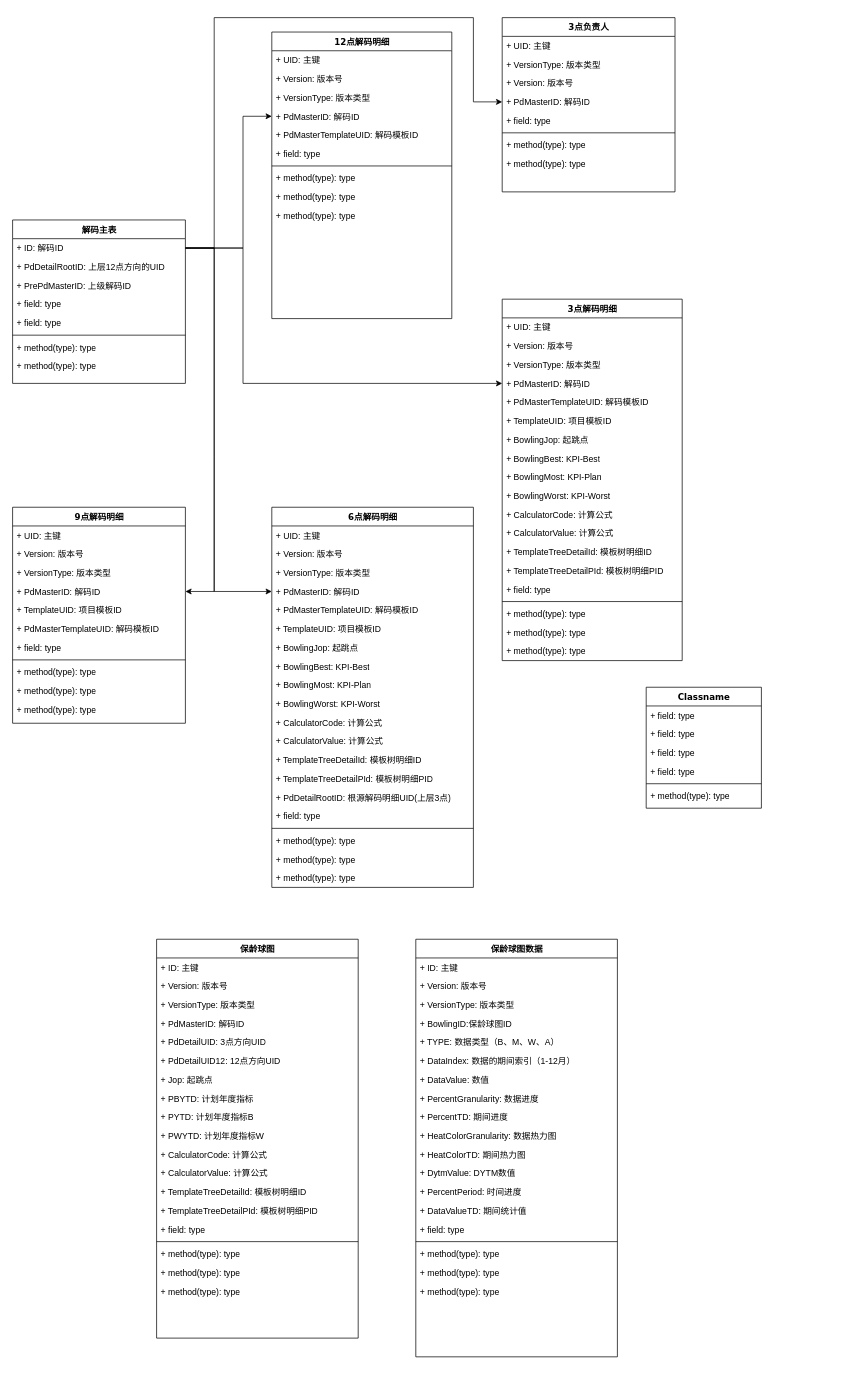
Before: 未命名绘图.drawio in yunhaicaomei/drawio, a draw.io diagram. Source tidied: cells renumbered, new cells numbered last; positions are measured from the earlier drawing's top-left corner, leaving out a move shared by most shapes. Both pictures are drawn from the tidied source at 72%, with x=0, y=0 at pixel (12, 17).
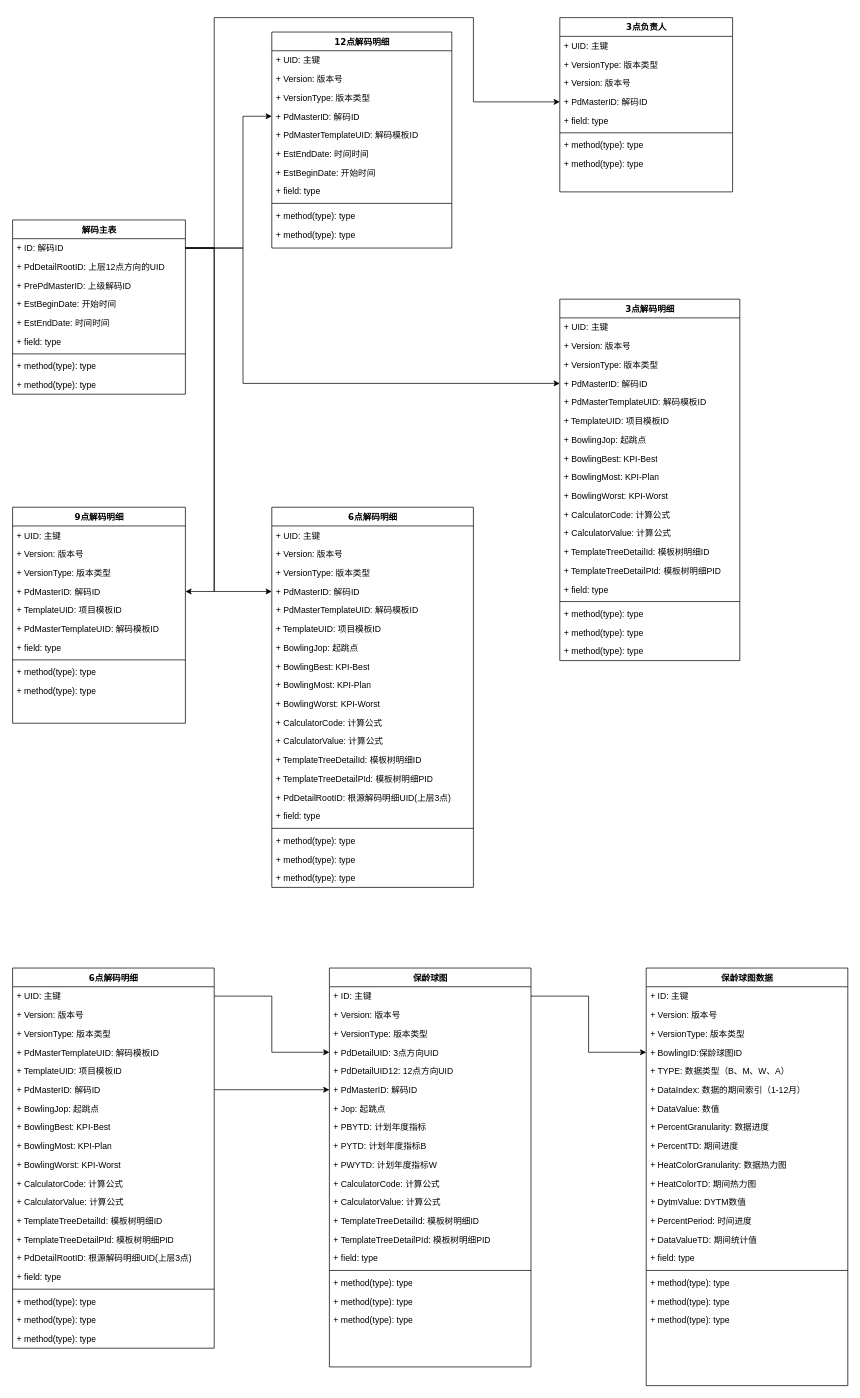
The same page after the edit.

Commit message (it also covers changes not shown here):
更新未命名绘图.drawio

Unchanged cells that the change refers to:
```xml
<mxCell id="22" value="9点解码明细" style="swimlane;html=1;fontStyle=1;align=center;verticalAlign=top;horizontal=1;startSize=26;swimlaneFillColor=#ffffff;rounded=0;shadow=0;comic=0;labelBackgroundColor=none;strokeWidth=1;fillColor=none;fontFamily=Verdana;fontSize=12;" parent="1" vertex="1">
  <mxGeometry y="680" width="240" height="300" as="geometry" />
</mxCell>
<mxCell id="98" value="+ ID: 主键" style="text;html=1;strokeColor=none;fillColor=none;align=left;verticalAlign=top;spacingLeft=4;spacingRight=4;whiteSpace=wrap;overflow=hidden;points=[[0,0.5],[1,0.5]];portConstraint=eastwest;" parent="97" vertex="1">
  <mxGeometry y="26" width="280" height="26" as="geometry" />
</mxCell>
<mxCell id="121" value="+ BowlingID:保龄球图ID" style="text;html=1;strokeColor=none;fillColor=none;align=left;verticalAlign=top;spacingLeft=4;spacingRight=4;whiteSpace=wrap;overflow=hidden;points=[[0,0.5],[1,0.5]];portConstraint=eastwest;" parent="117" vertex="1">
  <mxGeometry y="104" width="280" height="26" as="geometry" />
</mxCell>
```

Change to the diagram source:
```diff
@@
     <mxCell id="2" value="解码主表" style="swimlane;html=1;fontStyle=1;align=center;verticalAlign=top;horizontal=1;startSize=26;swimlaneFillColor=#ffffff;rounded=0;shadow=0;comic=0;labelBackgroundColor=none;strokeWidth=1;fillColor=none;fontFamily=Verdana;fontSize=12;" parent="1" vertex="1">
-      <mxGeometry y="281" width="240" height="227" as="geometry" />
+      <mxGeometry y="281" width="240" height="242" as="geometry" />
     </mxCell>
@@
-    <mxCell id="6" value="+ field: type" style="text;html=1;strokeColor=none;fillColor=none;align=left;verticalAlign=top;spacingLeft=4;spacingRight=4;whiteSpace=wrap;overflow=hidden;" parent="2" vertex="1">
+    <mxCell id="6" value="+ EstBeginDate: 开始时间" style="text;html=1;strokeColor=none;fillColor=none;align=left;verticalAlign=top;spacingLeft=4;spacingRight=4;whiteSpace=wrap;overflow=hidden;" parent="2" vertex="1">
       <mxGeometry y="104" width="240" height="26" as="geometry" />
     </mxCell>
+    <mxCell id="137" value="+ EstEndDate: 时间时间" style="text;html=1;strokeColor=none;fillColor=none;align=left;verticalAlign=top;spacingLeft=4;spacingRight=4;whiteSpace=wrap;overflow=hidden;" parent="2" vertex="1">
+      <mxGeometry y="130" width="240" height="26" as="geometry" />
+    </mxCell>
     <mxCell id="7" value="+ field: type" style="text;html=1;strokeColor=none;fillColor=none;align=left;verticalAlign=top;spacingLeft=4;spacingRight=4;whiteSpace=wrap;overflow=hidden;" parent="2" vertex="1">
-      <mxGeometry y="130" width="240" height="26" as="geometry" />
+      <mxGeometry y="156" width="240" height="26" as="geometry" />
     </mxCell>
     <mxCell id="8" style="line;html=1;strokeWidth=1;fillColor=none;align=left;verticalAlign=middle;spacingTop=-1;spacingLeft=3;spacingRight=3;labelPosition=right;" parent="2" vertex="1">
-      <mxGeometry y="156" width="240" height="8" as="geometry" />
+      <mxGeometry y="182" width="240" height="8" as="geometry" />
     </mxCell>
     <mxCell id="9" value="+ method(type): type" style="text;html=1;strokeColor=none;fillColor=none;align=left;verticalAlign=top;spacingLeft=4;spacingRight=4;whiteSpace=wrap;overflow=hidden;" parent="2" vertex="1">
-      <mxGeometry y="164" width="240" height="26" as="geometry" />
+      <mxGeometry y="190" width="240" height="26" as="geometry" />
     </mxCell>
     <mxCell id="10" value="+ method(type): type" style="text;html=1;strokeColor=none;fillColor=none;align=left;verticalAlign=top;spacingLeft=4;spacingRight=4;whiteSpace=wrap;overflow=hidden;" parent="2" vertex="1">
-      <mxGeometry y="190" width="240" height="26" as="geometry" />
+      <mxGeometry y="216" width="240" height="26" as="geometry" />
     </mxCell>
     <mxCell id="11" value="12点解码明细" style="swimlane;html=1;fontStyle=1;align=center;verticalAlign=top;horizontal=1;startSize=26;swimlaneFillColor=#ffffff;rounded=0;shadow=0;comic=0;labelBackgroundColor=none;strokeWidth=1;fillColor=none;fontFamily=Verdana;fontSize=12;" parent="1" vertex="1">
-      <mxGeometry x="360" y="20" width="250" height="398" as="geometry" />
+      <mxGeometry x="360" y="20" width="250" height="300" as="geometry" />
     </mxCell>
@@
+    <mxCell id="138" value="+ EstEndDate: 时间时间" style="text;html=1;strokeColor=none;fillColor=none;align=left;verticalAlign=top;spacingLeft=4;spacingRight=4;whiteSpace=wrap;overflow=hidden;" parent="11" vertex="1">
+      <mxGeometry y="156" width="250" height="26" as="geometry" />
+    </mxCell>
+    <mxCell id="139" value="+ EstBeginDate: 开始时间" style="text;html=1;strokeColor=none;fillColor=none;align=left;verticalAlign=top;spacingLeft=4;spacingRight=4;whiteSpace=wrap;overflow=hidden;" parent="11" vertex="1">
+      <mxGeometry y="182" width="250" height="26" as="geometry" />
+    </mxCell>
     <mxCell id="17" value="+ field: type" style="text;html=1;strokeColor=none;fillColor=none;align=left;verticalAlign=top;spacingLeft=4;spacingRight=4;whiteSpace=wrap;overflow=hidden;" parent="11" vertex="1">
-      <mxGeometry y="156" width="250" height="26" as="geometry" />
+      <mxGeometry y="208" width="250" height="26" as="geometry" />
     </mxCell>
     <mxCell id="18" style="line;html=1;strokeWidth=1;fillColor=none;align=left;verticalAlign=middle;spacingTop=-1;spacingLeft=3;spacingRight=3;labelPosition=right;" parent="11" vertex="1">
-      <mxGeometry y="182" width="250" height="8" as="geometry" />
+      <mxGeometry y="234" width="250" height="8" as="geometry" />
     </mxCell>
     <mxCell id="19" value="+ method(type): type" style="text;html=1;strokeColor=none;fillColor=none;align=left;verticalAlign=top;spacingLeft=4;spacingRight=4;whiteSpace=wrap;overflow=hidden;" parent="11" vertex="1">
-      <mxGeometry y="190" width="250" height="26" as="geometry" />
+      <mxGeometry y="242" width="250" height="26" as="geometry" />
     </mxCell>
     <mxCell id="20" value="+ method(type): type" style="text;html=1;strokeColor=none;fillColor=none;align=left;verticalAlign=top;spacingLeft=4;spacingRight=4;whiteSpace=wrap;overflow=hidden;" parent="11" vertex="1">
-      <mxGeometry y="216" width="250" height="26" as="geometry" />
+      <mxGeometry y="268" width="250" height="26" as="geometry" />
     </mxCell>
-    <mxCell id="21" value="+ method(type): type" style="text;html=1;strokeColor=none;fillColor=none;align=left;verticalAlign=top;spacingLeft=4;spacingRight=4;whiteSpace=wrap;overflow=hidden;" parent="11" vertex="1">
-      <mxGeometry y="242" width="250" height="26" as="geometry" />
-    </mxCell>
@@
-    <mxCell id="32" value="+ method(type): type" style="text;html=1;strokeColor=none;fillColor=none;align=left;verticalAlign=top;spacingLeft=4;spacingRight=4;whiteSpace=wrap;overflow=hidden;" parent="22" vertex="1">
-      <mxGeometry y="242" width="240" height="26" as="geometry" />
-    </mxCell>
     <mxCell id="33" value="+ method(type): type" style="text;html=1;strokeColor=none;fillColor=none;align=left;verticalAlign=top;spacingLeft=4;spacingRight=4;whiteSpace=wrap;overflow=hidden;" parent="22" vertex="1">
-      <mxGeometry y="268" width="240" height="26" as="geometry" />
+      <mxGeometry y="242" width="240" height="26" as="geometry" />
     </mxCell>
@@
-    <mxCell id="35" value="Classname" style="swimlane;html=1;fontStyle=1;align=center;verticalAlign=top;horizontal=1;startSize=26;swimlaneFillColor=#ffffff;rounded=0;shadow=0;comic=0;labelBackgroundColor=none;strokeWidth=1;fillColor=none;fontFamily=Verdana;fontSize=12;" parent="1" vertex="1">
-      <mxGeometry x="880" y="930" width="160" height="168" as="geometry" />
-    </mxCell>
-    <mxCell id="36" value="+ field: type" style="text;html=1;strokeColor=none;fillColor=none;align=left;verticalAlign=top;spacingLeft=4;spacingRight=4;whiteSpace=wrap;overflow=hidden;" parent="35" vertex="1">
-      <mxGeometry y="26" width="160" height="26" as="geometry" />
-    </mxCell>
-    <mxCell id="37" value="+ field: type" style="text;html=1;strokeColor=none;fillColor=none;align=left;verticalAlign=top;spacingLeft=4;spacingRight=4;whiteSpace=wrap;overflow=hidden;" parent="35" vertex="1">
-      <mxGeometry y="52" width="160" height="26" as="geometry" />
-    </mxCell>
-    <mxCell id="38" value="+ field: type" style="text;html=1;strokeColor=none;fillColor=none;align=left;verticalAlign=top;spacingLeft=4;spacingRight=4;whiteSpace=wrap;overflow=hidden;" parent="35" vertex="1">
-      <mxGeometry y="78" width="160" height="26" as="geometry" />
-    </mxCell>
-    <mxCell id="39" value="+ field: type" style="text;html=1;strokeColor=none;fillColor=none;align=left;verticalAlign=top;spacingLeft=4;spacingRight=4;whiteSpace=wrap;overflow=hidden;" parent="35" vertex="1">
-      <mxGeometry y="104" width="160" height="26" as="geometry" />
-    </mxCell>
-    <mxCell id="40" style="line;html=1;strokeWidth=1;fillColor=none;align=left;verticalAlign=middle;spacingTop=-1;spacingLeft=3;spacingRight=3;labelPosition=right;" parent="35" vertex="1">
-      <mxGeometry y="130" width="160" height="8" as="geometry" />
-    </mxCell>
-    <mxCell id="41" value="+ method(type): type" style="text;html=1;strokeColor=none;fillColor=none;align=left;verticalAlign=top;spacingLeft=4;spacingRight=4;whiteSpace=wrap;overflow=hidden;" parent="35" vertex="1">
-      <mxGeometry y="138" width="160" height="26" as="geometry" />
-    </mxCell>
     <mxCell id="42" value="3点负责人" style="swimlane;html=1;fontStyle=1;align=center;verticalAlign=top;horizontal=1;startSize=26;swimlaneFillColor=#ffffff;rounded=0;shadow=0;comic=0;labelBackgroundColor=none;strokeWidth=1;fillColor=none;fontFamily=Verdana;fontSize=12;" parent="1" vertex="1">
-      <mxGeometry x="680" width="240" height="242" as="geometry" />
+      <mxGeometry x="760" width="240" height="242" as="geometry" />
     </mxCell>
@@
     <mxCell id="51" value="3点解码明细" style="swimlane;html=1;fontStyle=1;align=center;verticalAlign=top;horizontal=1;startSize=26;swimlaneFillColor=#ffffff;rounded=0;shadow=0;comic=0;labelBackgroundColor=none;strokeWidth=1;fillColor=none;fontFamily=Verdana;fontSize=12;" parent="1" vertex="1">
-      <mxGeometry x="680" y="391" width="250" height="502" as="geometry" />
+      <mxGeometry x="760" y="391" width="250" height="502" as="geometry" />
     </mxCell>
@@
     <mxCell id="97" value="保龄球图" style="swimlane;html=1;fontStyle=1;align=center;verticalAlign=top;horizontal=1;startSize=26;swimlaneFillColor=#ffffff;rounded=0;shadow=0;comic=0;labelBackgroundColor=none;strokeWidth=1;fillColor=none;fontFamily=Verdana;fontSize=12;" parent="1" vertex="1">
-      <mxGeometry x="200" y="1280" width="280" height="554" as="geometry" />
+      <mxGeometry x="440" y="1320" width="280" height="554" as="geometry" />
     </mxCell>
@@
-    <mxCell id="101" value="+ PdMasterID: 解码ID" style="text;html=1;strokeColor=none;fillColor=none;align=left;verticalAlign=top;spacingLeft=4;spacingRight=4;whiteSpace=wrap;overflow=hidden;points=[[0,0.5],[1,0.5]];portConstraint=eastwest;" parent="97" vertex="1">
-      <mxGeometry y="104" width="280" height="26" as="geometry" />
-    </mxCell>
     <mxCell id="102" value="+ PdDetailUID: 3点方向UID" style="text;html=1;strokeColor=none;fillColor=none;align=left;verticalAlign=top;spacingLeft=4;spacingRight=4;whiteSpace=wrap;overflow=hidden;points=[[0,0.5],[1,0.5]];portConstraint=eastwest;" parent="97" vertex="1">
-      <mxGeometry y="130" width="280" height="26" as="geometry" />
+      <mxGeometry y="104" width="280" height="26" as="geometry" />
     </mxCell>
     <mxCell id="103" value="+ PdDetailUID12: 12点方向UID" style="text;html=1;strokeColor=none;fillColor=none;align=left;verticalAlign=top;spacingLeft=4;spacingRight=4;whiteSpace=wrap;overflow=hidden;" parent="97" vertex="1">
-      <mxGeometry y="156" width="280" height="26" as="geometry" />
+      <mxGeometry y="130" width="280" height="26" as="geometry" />
     </mxCell>
+    <mxCell id="101" value="+ PdMasterID: 解码ID" style="text;html=1;strokeColor=none;fillColor=none;align=left;verticalAlign=top;spacingLeft=4;spacingRight=4;whiteSpace=wrap;overflow=hidden;points=[[0,0.5],[1,0.5]];portConstraint=eastwest;" parent="97" vertex="1">
+      <mxGeometry y="156" width="280" height="26" as="geometry" />
+    </mxCell>
@@
     <mxCell id="117" value="保龄球图数据" style="swimlane;html=1;fontStyle=1;align=center;verticalAlign=top;horizontal=1;startSize=26;swimlaneFillColor=#ffffff;rounded=0;shadow=0;comic=0;labelBackgroundColor=none;strokeWidth=1;fillColor=none;fontFamily=Verdana;fontSize=12;" parent="1" vertex="1">
-      <mxGeometry x="560" y="1280" width="280" height="580" as="geometry" />
+      <mxGeometry x="880" y="1320" width="280" height="580" as="geometry" />
     </mxCell>
@@
+    <mxCell id="140" value="6点解码明细" style="swimlane;html=1;fontStyle=1;align=center;verticalAlign=top;horizontal=1;startSize=26;swimlaneFillColor=#ffffff;rounded=0;shadow=0;comic=0;labelBackgroundColor=none;strokeWidth=1;fillColor=none;fontFamily=Verdana;fontSize=12;" parent="1" vertex="1">
+      <mxGeometry y="1320" width="280" height="528" as="geometry" />
+    </mxCell>
+    <mxCell id="141" value="+ UID: 主键" style="text;html=1;strokeColor=none;fillColor=none;align=left;verticalAlign=top;spacingLeft=4;spacingRight=4;whiteSpace=wrap;overflow=hidden;points=[[0,0.5],[1,0.5]];portConstraint=eastwest;" parent="140" vertex="1">
+      <mxGeometry y="26" width="280" height="26" as="geometry" />
+    </mxCell>
+    <mxCell id="142" value="+ Version: 版本号" style="text;html=1;strokeColor=none;fillColor=none;align=left;verticalAlign=top;spacingLeft=4;spacingRight=4;whiteSpace=wrap;overflow=hidden;" parent="140" vertex="1">
+      <mxGeometry y="52" width="280" height="26" as="geometry" />
+    </mxCell>
+    <mxCell id="143" value="+ VersionType: 版本类型" style="text;html=1;strokeColor=none;fillColor=none;align=left;verticalAlign=top;spacingLeft=4;spacingRight=4;whiteSpace=wrap;overflow=hidden;" parent="140" vertex="1">
+      <mxGeometry y="78" width="280" height="26" as="geometry" />
+    </mxCell>
+    <mxCell id="144" value="+ PdMasterTemplateUID: 解码模板ID" style="text;html=1;strokeColor=none;fillColor=none;align=left;verticalAlign=top;spacingLeft=4;spacingRight=4;whiteSpace=wrap;overflow=hidden;" parent="140" vertex="1">
+      <mxGeometry y="104" width="280" height="26" as="geometry" />
+    </mxCell>
+    <mxCell id="145" value="+ TemplateUID: 项目模板ID" style="text;html=1;strokeColor=none;fillColor=none;align=left;verticalAlign=top;spacingLeft=4;spacingRight=4;whiteSpace=wrap;overflow=hidden;" parent="140" vertex="1">
+      <mxGeometry y="130" width="280" height="26" as="geometry" />
+    </mxCell>
+    <mxCell id="146" value="+ PdMasterID: 解码ID" style="text;html=1;strokeColor=none;fillColor=none;align=left;verticalAlign=top;spacingLeft=4;spacingRight=4;whiteSpace=wrap;overflow=hidden;points=[[0,0.5],[1,0.5]];portConstraint=eastwest;" parent="140" vertex="1">
+      <mxGeometry y="156" width="280" height="26" as="geometry" />
+    </mxCell>
+    <mxCell id="147" value="+ BowlingJop: 起跳点" style="text;html=1;strokeColor=none;fillColor=none;align=left;verticalAlign=top;spacingLeft=4;spacingRight=4;whiteSpace=wrap;overflow=hidden;" parent="140" vertex="1">
+      <mxGeometry y="182" width="280" height="26" as="geometry" />
+    </mxCell>
+    <mxCell id="148" value="+ BowlingBest: KPI-Best" style="text;html=1;strokeColor=none;fillColor=none;align=left;verticalAlign=top;spacingLeft=4;spacingRight=4;whiteSpace=wrap;overflow=hidden;" parent="140" vertex="1">
+      <mxGeometry y="208" width="280" height="26" as="geometry" />
+    </mxCell>
+    <mxCell id="149" value="+ BowlingMost: KPI-Plan" style="text;html=1;strokeColor=none;fillColor=none;align=left;verticalAlign=top;spacingLeft=4;spacingRight=4;whiteSpace=wrap;overflow=hidden;" parent="140" vertex="1">
+      <mxGeometry y="234" width="280" height="26" as="geometry" />
+    </mxCell>
+    <mxCell id="150" value="+ BowlingWorst: KPI-Worst" style="text;html=1;strokeColor=none;fillColor=none;align=left;verticalAlign=top;spacingLeft=4;spacingRight=4;whiteSpace=wrap;overflow=hidden;" parent="140" vertex="1">
+      <mxGeometry y="260" width="280" height="26" as="geometry" />
+    </mxCell>
+    <mxCell id="151" value="+ CalculatorCode: 计算公式" style="text;html=1;strokeColor=none;fillColor=none;align=left;verticalAlign=top;spacingLeft=4;spacingRight=4;whiteSpace=wrap;overflow=hidden;" parent="140" vertex="1">
+      <mxGeometry y="286" width="280" height="26" as="geometry" />
+    </mxCell>
+    <mxCell id="152" value="+ CalculatorValue: 计算公式" style="text;html=1;strokeColor=none;fillColor=none;align=left;verticalAlign=top;spacingLeft=4;spacingRight=4;whiteSpace=wrap;overflow=hidden;" parent="140" vertex="1">
+      <mxGeometry y="312" width="280" height="26" as="geometry" />
+    </mxCell>
+    <mxCell id="153" value="+ TemplateTreeDetailId: 模板树明细ID" style="text;html=1;strokeColor=none;fillColor=none;align=left;verticalAlign=top;spacingLeft=4;spacingRight=4;whiteSpace=wrap;overflow=hidden;" parent="140" vertex="1">
+      <mxGeometry y="338" width="280" height="26" as="geometry" />
+    </mxCell>
+    <mxCell id="154" value="+ TemplateTreeDetailPId: 模板树明细PID" style="text;html=1;strokeColor=none;fillColor=none;align=left;verticalAlign=top;spacingLeft=4;spacingRight=4;whiteSpace=wrap;overflow=hidden;" parent="140" vertex="1">
+      <mxGeometry y="364" width="280" height="26" as="geometry" />
+    </mxCell>
+    <mxCell id="155" value="+ PdDetailRootID: 根源解码明细UID(上层3点)" style="text;html=1;strokeColor=none;fillColor=none;align=left;verticalAlign=top;spacingLeft=4;spacingRight=4;whiteSpace=wrap;overflow=hidden;" parent="140" vertex="1">
+      <mxGeometry y="390" width="280" height="26" as="geometry" />
+    </mxCell>
+    <mxCell id="156" value="+ field: type" style="text;html=1;strokeColor=none;fillColor=none;align=left;verticalAlign=top;spacingLeft=4;spacingRight=4;whiteSpace=wrap;overflow=hidden;" parent="140" vertex="1">
+      <mxGeometry y="416" width="280" height="26" as="geometry" />
+    </mxCell>
+    <mxCell id="157" style="line;html=1;strokeWidth=1;fillColor=none;align=left;verticalAlign=middle;spacingTop=-1;spacingLeft=3;spacingRight=3;labelPosition=right;" parent="140" vertex="1">
+      <mxGeometry y="442" width="280" height="8" as="geometry" />
+    </mxCell>
+    <mxCell id="158" value="+ method(type): type" style="text;html=1;strokeColor=none;fillColor=none;align=left;verticalAlign=top;spacingLeft=4;spacingRight=4;whiteSpace=wrap;overflow=hidden;" parent="140" vertex="1">
+      <mxGeometry y="450" width="280" height="26" as="geometry" />
+    </mxCell>
+    <mxCell id="159" value="+ method(type): type" style="text;html=1;strokeColor=none;fillColor=none;align=left;verticalAlign=top;spacingLeft=4;spacingRight=4;whiteSpace=wrap;overflow=hidden;" parent="140" vertex="1">
+      <mxGeometry y="476" width="280" height="26" as="geometry" />
+    </mxCell>
+    <mxCell id="160" value="+ method(type): type" style="text;html=1;strokeColor=none;fillColor=none;align=left;verticalAlign=top;spacingLeft=4;spacingRight=4;whiteSpace=wrap;overflow=hidden;" parent="140" vertex="1">
+      <mxGeometry y="502" width="280" height="26" as="geometry" />
+    </mxCell>
+    <mxCell id="161" style="edgeStyle=orthogonalEdgeStyle;rounded=0;jettySize=auto;html=1;entryX=0;entryY=0.5;entryDx=0;entryDy=0;" parent="1" edge="1" source="141" target="102">
+      <mxGeometry relative="1" as="geometry" />
+    </mxCell>
+    <mxCell id="162" style="edgeStyle=orthogonalEdgeStyle;rounded=0;jettySize=auto;html=1;entryX=0;entryY=0.5;entryDx=0;entryDy=0;" parent="1" edge="1" source="98" target="121">
+      <mxGeometry relative="1" as="geometry" />
+    </mxCell>
+    <mxCell id="163" style="edgeStyle=orthogonalEdgeStyle;rounded=0;jettySize=auto;html=1;exitX=1;exitY=0.5;exitDx=0;exitDy=0;entryX=0;entryY=0.5;entryDx=0;entryDy=0;" parent="1" edge="1" source="146" target="101">
+      <mxGeometry relative="1" as="geometry" />
+    </mxCell>
```
